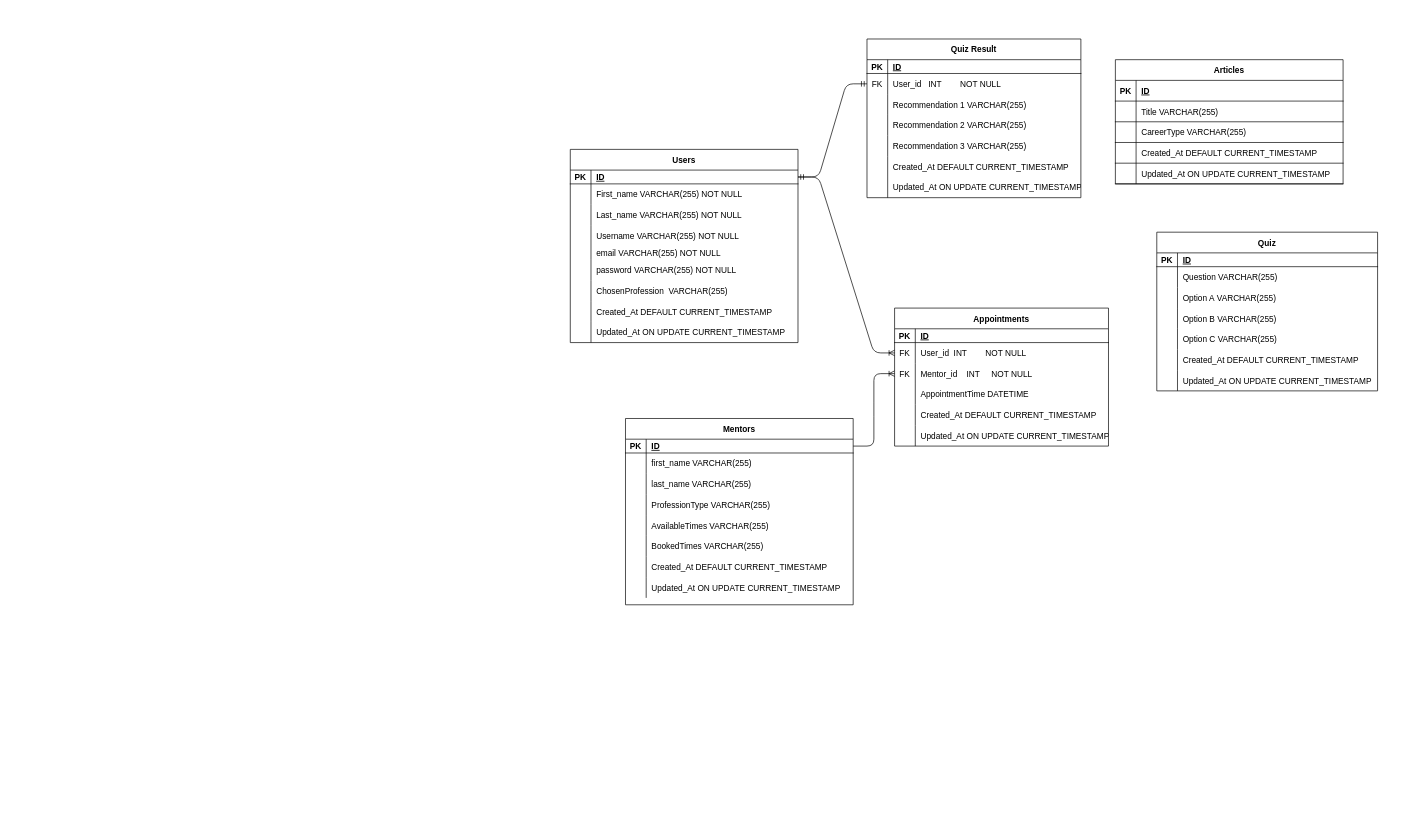
The draw.io diagram DevResources/ERD.drawio in zacharypantalone/projectjjz, before the edit. Source tidied: cells renumbered, new cells numbered last; positions are measured from the earlier drawing's top-left corner, leaving out a move shared by most shapes. Both pictures are drawn from the tidied source at 69%, with x=0, y=0 at pixel (570, 39).
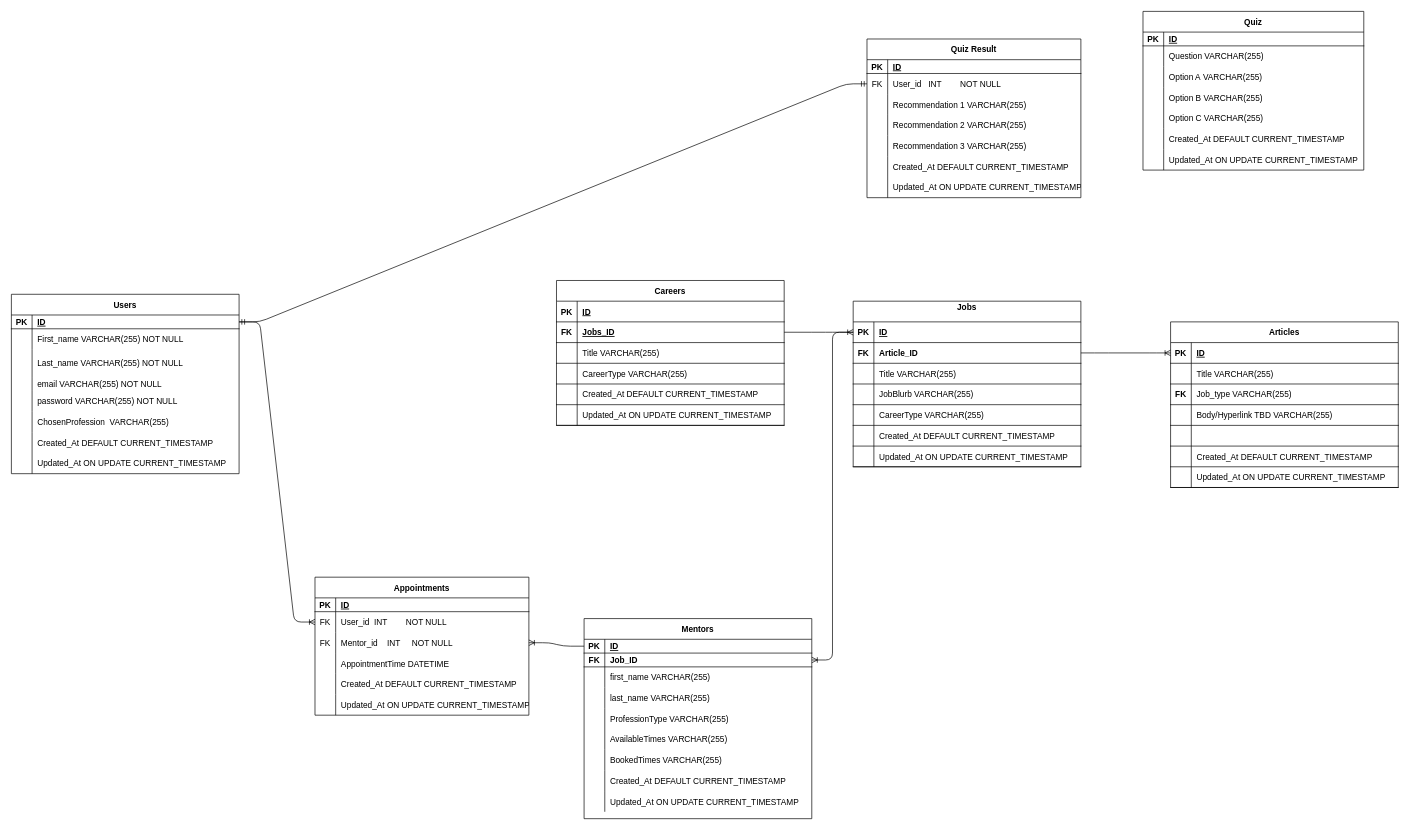
The same diagram, later.

Commit message:
Changes made to ERD

The change refers to these unchanged cells:
```xml
<mxCell id="3" style="shape=partialRectangle;fillColor=none;top=0;left=0;bottom=1;right=0;points=[[0,0.5],[1,0.5]];portConstraint=eastwest;" parent="2" vertex="1">
  <mxGeometry y="30" width="330" height="30" as="geometry" />
</mxCell>
<mxCell id="47" style="shape=partialRectangle;fillColor=none;top=0;left=0;bottom=0;right=0;points=[[0,0.5],[1,0.5]];portConstraint=eastwest;" parent="40" vertex="1">
  <mxGeometry y="80" width="310" height="30" as="geometry" />
</mxCell>
```

Change to the diagram source:
```diff
@@
     <mxCell id="2" value="Articles" style="shape=table;startSize=30;childLayout=tableLayout;rowLines=0;fontStyle=1;align=center;" parent="1" vertex="1">
-      <mxGeometry x="790" y="30" width="330" height="180" as="geometry" />
+      <mxGeometry x="870" y="410" width="330" height="240" as="geometry" />
     </mxCell>
@@
+    <mxCell id="137" style="shape=partialRectangle;fillColor=none;top=0;left=0;bottom=1;right=0;" parent="2" vertex="1">
+      <mxGeometry y="90" width="330" height="30" as="geometry" />
+    </mxCell>
+    <mxCell id="138" value="FK" style="shape=partialRectangle;fillColor=none;top=0;left=0;bottom=0;right=0;fontStyle=1;overflow=hidden;" parent="137" vertex="1">
+      <mxGeometry width="30" height="30" as="geometry" />
+    </mxCell>
+    <mxCell id="139" value="Job_type VARCHAR(255)" style="shape=partialRectangle;fillColor=none;top=0;left=0;bottom=0;right=0;align=left;spacingLeft=6;fontStyle=0;overflow=hidden;" parent="137" vertex="1">
+      <mxGeometry x="30" width="300" height="30" as="geometry" />
+    </mxCell>
+    <mxCell id="140" style="shape=partialRectangle;fillColor=none;top=0;left=0;bottom=1;right=0;" parent="2" vertex="1">
+      <mxGeometry y="120" width="330" height="30" as="geometry" />
+    </mxCell>
+    <mxCell id="141" style="shape=partialRectangle;fillColor=none;top=0;left=0;bottom=0;right=0;fontStyle=1;overflow=hidden;" parent="140" vertex="1">
+      <mxGeometry width="30" height="30" as="geometry" />
+    </mxCell>
+    <mxCell id="142" value="Body/Hyperlink TBD VARCHAR(255)" style="shape=partialRectangle;fillColor=none;top=0;left=0;bottom=0;right=0;align=left;spacingLeft=6;fontStyle=0;overflow=hidden;" parent="140" vertex="1">
+      <mxGeometry x="30" width="300" height="30" as="geometry" />
+    </mxCell>
     <mxCell id="9" style="shape=partialRectangle;fillColor=none;top=0;left=0;bottom=1;right=0;" parent="2" vertex="1">
-      <mxGeometry y="90" width="330" height="30" as="geometry" />
+      <mxGeometry y="150" width="330" height="30" as="geometry" />
     </mxCell>
@@
-    <mxCell id="11" value="CareerType VARCHAR(255)" style="shape=partialRectangle;fillColor=none;top=0;left=0;bottom=0;right=0;align=left;spacingLeft=6;fontStyle=0;overflow=hidden;" parent="9" vertex="1">
+    <mxCell id="11" style="shape=partialRectangle;fillColor=none;top=0;left=0;bottom=0;right=0;align=left;spacingLeft=6;fontStyle=0;overflow=hidden;" parent="9" vertex="1">
       <mxGeometry x="30" width="300" height="30" as="geometry" />
     </mxCell>
     <mxCell id="12" style="shape=partialRectangle;fillColor=none;top=0;left=0;bottom=1;right=0;" parent="2" vertex="1">
-      <mxGeometry y="120" width="330" height="30" as="geometry" />
+      <mxGeometry y="180" width="330" height="30" as="geometry" />
     </mxCell>
@@
     <mxCell id="15" style="shape=partialRectangle;fillColor=none;top=0;left=0;bottom=1;right=0;" parent="2" vertex="1">
-      <mxGeometry y="150" width="330" height="30" as="geometry" />
+      <mxGeometry y="210" width="330" height="30" as="geometry" />
     </mxCell>
@@
     <mxCell id="18" value="Quiz" style="shape=table;startSize=30;childLayout=tableLayout;rowLines=0;fontStyle=1;align=center;" parent="1" vertex="1">
-      <mxGeometry x="850" y="280" width="320" height="230" as="geometry" />
+      <mxGeometry x="830" y="-40" width="320" height="230" as="geometry" />
     </mxCell>
@@
     <mxCell id="40" value="Appointments" style="shape=table;startSize=30;childLayout=tableLayout;rowLines=0;fontStyle=1;align=center;" parent="1" vertex="1">
-      <mxGeometry x="470" y="390" width="310" height="200" as="geometry" />
+      <mxGeometry x="-370" y="780" width="310" height="200" as="geometry" />
     </mxCell>
@@
     <mxCell id="59" value="Mentors" style="shape=table;startSize=30;childLayout=tableLayout;rowLines=0;fontStyle=1;align=center;" parent="1" vertex="1">
-      <mxGeometry x="80" y="550" width="330" height="270" as="geometry" />
+      <mxGeometry x="20" y="840" width="330" height="290" as="geometry" />
     </mxCell>
+    <mxCell id="143" style="shape=partialRectangle;fillColor=none;top=0;left=0;bottom=1;right=0;points=[[0,0.5],[1,0.5]];portConstraint=eastwest;" parent="59" vertex="1">
+      <mxGeometry y="30" width="330" height="20" as="geometry" />
+    </mxCell>
+    <mxCell id="144" value="PK" style="shape=partialRectangle;fillColor=none;top=0;left=0;bottom=0;right=0;fontStyle=1;overflow=hidden;" parent="143" vertex="1">
+      <mxGeometry width="30" height="20" as="geometry" />
+    </mxCell>
+    <mxCell id="145" value="ID" style="shape=partialRectangle;fillColor=none;top=0;left=0;bottom=0;right=0;align=left;spacingLeft=6;fontStyle=5;overflow=hidden;" parent="143" vertex="1">
+      <mxGeometry x="30" width="300" height="20" as="geometry" />
+    </mxCell>
     <mxCell id="60" style="shape=partialRectangle;fillColor=none;top=0;left=0;bottom=1;right=0;points=[[0,0.5],[1,0.5]];portConstraint=eastwest;" parent="59" vertex="1">
-      <mxGeometry y="30" width="330" height="20" as="geometry" />
+      <mxGeometry y="50" width="330" height="20" as="geometry" />
     </mxCell>
-    <mxCell id="61" value="PK" style="shape=partialRectangle;fillColor=none;top=0;left=0;bottom=0;right=0;fontStyle=1;overflow=hidden;" parent="60" vertex="1">
+    <mxCell id="61" value="FK" style="shape=partialRectangle;fillColor=none;top=0;left=0;bottom=0;right=0;fontStyle=1;overflow=hidden;" parent="60" vertex="1">
       <mxGeometry width="30" height="20" as="geometry" />
     </mxCell>
-    <mxCell id="62" value="ID" style="shape=partialRectangle;fillColor=none;top=0;left=0;bottom=0;right=0;align=left;spacingLeft=6;fontStyle=5;overflow=hidden;" parent="60" vertex="1">
+    <mxCell id="62" value="Job_ID" style="shape=partialRectangle;fillColor=none;top=0;left=0;bottom=0;right=0;align=left;spacingLeft=6;fontStyle=1;overflow=hidden;" parent="60" vertex="1">
       <mxGeometry x="30" width="300" height="20" as="geometry" />
     </mxCell>
     <mxCell id="63" style="shape=partialRectangle;fillColor=none;top=0;left=0;bottom=0;right=0;" parent="59" vertex="1">
-      <mxGeometry y="50" width="330" height="30" as="geometry" />
+      <mxGeometry y="70" width="330" height="30" as="geometry" />
     </mxCell>
@@
     <mxCell id="66" style="shape=partialRectangle;fillColor=none;top=0;left=0;bottom=0;right=0;" parent="59" vertex="1">
-      <mxGeometry y="80" width="330" height="30" as="geometry" />
+      <mxGeometry y="100" width="330" height="30" as="geometry" />
     </mxCell>
@@
     <mxCell id="69" style="shape=partialRectangle;fillColor=none;top=0;left=0;bottom=0;right=0;" parent="59" vertex="1">
-      <mxGeometry y="110" width="330" height="30" as="geometry" />
+      <mxGeometry y="130" width="330" height="30" as="geometry" />
     </mxCell>
@@
     <mxCell id="72" style="shape=partialRectangle;fillColor=none;top=0;left=0;bottom=0;right=0;" parent="59" vertex="1">
-      <mxGeometry y="140" width="330" height="30" as="geometry" />
+      <mxGeometry y="160" width="330" height="30" as="geometry" />
     </mxCell>
@@
     <mxCell id="75" style="shape=partialRectangle;fillColor=none;top=0;left=0;bottom=0;right=0;" parent="59" vertex="1">
-      <mxGeometry y="170" width="330" height="30" as="geometry" />
+      <mxGeometry y="190" width="330" height="30" as="geometry" />
     </mxCell>
@@
     <mxCell id="78" style="shape=partialRectangle;fillColor=none;top=0;left=0;bottom=0;right=0;" parent="59" vertex="1">
-      <mxGeometry y="200" width="330" height="30" as="geometry" />
+      <mxGeometry y="220" width="330" height="30" as="geometry" />
     </mxCell>
@@
     <mxCell id="81" style="shape=partialRectangle;fillColor=none;top=0;left=0;bottom=0;right=0;" parent="59" vertex="1">
-      <mxGeometry y="230" width="330" height="30" as="geometry" />
+      <mxGeometry y="250" width="330" height="30" as="geometry" />
     </mxCell>
@@
     <mxCell id="84" value="Users" style="shape=table;startSize=30;childLayout=tableLayout;rowLines=0;fontStyle=1;align=center;" parent="1" vertex="1">
-      <mxGeometry y="160" width="330" height="280" as="geometry" />
+      <mxGeometry x="-810" y="370" width="330" height="260" as="geometry" />
     </mxCell>
@@
     <mxCell id="91" style="shape=partialRectangle;fillColor=none;top=0;left=0;bottom=0;right=0;" parent="84" vertex="1">
-      <mxGeometry y="80" width="330" height="30" as="geometry" />
+      <mxGeometry y="80" width="330" height="40" as="geometry" />
     </mxCell>
     <mxCell id="92" style="shape=partialRectangle;fillColor=none;top=0;left=0;bottom=0;right=0;overflow=hidden;" parent="91" vertex="1">
-      <mxGeometry width="30" height="30" as="geometry" />
+      <mxGeometry width="30" height="40" as="geometry" />
     </mxCell>
     <mxCell id="93" value="Last_name VARCHAR(255) NOT NULL" style="shape=partialRectangle;fillColor=none;top=0;left=0;bottom=0;right=0;align=left;spacingLeft=6;overflow=hidden;" parent="91" vertex="1">
-      <mxGeometry x="30" width="300" height="30" as="geometry" />
+      <mxGeometry x="30" width="300" height="40" as="geometry" />
     </mxCell>
-    <mxCell id="94" style="shape=partialRectangle;fillColor=none;top=0;left=0;bottom=0;right=0;" parent="84" vertex="1">
-      <mxGeometry y="110" width="330" height="30" as="geometry" />
-    </mxCell>
-    <mxCell id="95" style="shape=partialRectangle;fillColor=none;top=0;left=0;bottom=0;right=0;overflow=hidden;" parent="94" vertex="1">
-      <mxGeometry width="30" height="30" as="geometry" />
-    </mxCell>
-    <mxCell id="96" value="Username VARCHAR(255) NOT NULL" style="shape=partialRectangle;fillColor=none;top=0;left=0;bottom=0;right=0;align=left;spacingLeft=6;overflow=hidden;" parent="94" vertex="1">
-      <mxGeometry x="30" width="300" height="30" as="geometry" />
-    </mxCell>
     <mxCell id="97" style="shape=partialRectangle;fillColor=none;top=0;left=0;bottom=0;right=0;" parent="84" vertex="1">
-      <mxGeometry y="140" width="330" height="20" as="geometry" />
+      <mxGeometry y="120" width="330" height="20" as="geometry" />
     </mxCell>
@@
     <mxCell id="100" style="shape=partialRectangle;fillColor=none;top=0;left=0;bottom=0;right=0;" parent="84" vertex="1">
-      <mxGeometry y="160" width="330" height="30" as="geometry" />
+      <mxGeometry y="140" width="330" height="30" as="geometry" />
     </mxCell>
@@
     <mxCell id="103" style="shape=partialRectangle;fillColor=none;top=0;left=0;bottom=0;right=0;" parent="84" vertex="1">
-      <mxGeometry y="190" width="330" height="30" as="geometry" />
+      <mxGeometry y="170" width="330" height="30" as="geometry" />
     </mxCell>
@@
     <mxCell id="106" style="shape=partialRectangle;fillColor=none;top=0;left=0;bottom=0;right=0;" parent="84" vertex="1">
-      <mxGeometry y="220" width="330" height="30" as="geometry" />
+      <mxGeometry y="200" width="330" height="30" as="geometry" />
     </mxCell>
@@
     <mxCell id="109" style="shape=partialRectangle;fillColor=none;top=0;left=0;bottom=0;right=0;" parent="84" vertex="1">
-      <mxGeometry y="250" width="330" height="30" as="geometry" />
+      <mxGeometry y="230" width="330" height="30" as="geometry" />
     </mxCell>
@@
-    <mxCell id="134" style="edgeStyle=entityRelationEdgeStyle;fontSize=12;html=1;endArrow=ERoneToMany;entryX=0;entryY=0.5;entryDx=0;entryDy=0;exitX=1;exitY=0.5;exitDx=0;exitDy=0;" parent="1" edge="1" source="60" target="47">
+    <mxCell id="134" style="edgeStyle=entityRelationEdgeStyle;fontSize=12;html=1;endArrow=ERoneToMany;entryX=1;entryY=0.5;entryDx=0;entryDy=0;exitX=0;exitY=0.5;exitDx=0;exitDy=0;" parent="1" edge="1" source="143" target="47">
       <mxGeometry relative="1" as="geometry" />
     </mxCell>
@@
+    <mxCell id="146" value="Careers" style="shape=table;startSize=30;childLayout=tableLayout;rowLines=0;fontStyle=1;align=center;" parent="1" vertex="1">
+      <mxGeometry x="-20" y="350" width="330" height="210" as="geometry" />
+    </mxCell>
+    <mxCell id="147" style="shape=partialRectangle;fillColor=none;top=0;left=0;bottom=1;right=0;" parent="146" vertex="1">
+      <mxGeometry y="30" width="330" height="30" as="geometry" />
+    </mxCell>
+    <mxCell id="148" value="PK" style="shape=partialRectangle;fillColor=none;top=0;left=0;bottom=0;right=0;fontStyle=1;overflow=hidden;" parent="147" vertex="1">
+      <mxGeometry width="30" height="30" as="geometry" />
+    </mxCell>
+    <mxCell id="149" value="ID" style="shape=partialRectangle;fillColor=none;top=0;left=0;bottom=0;right=0;align=left;spacingLeft=6;fontStyle=5;overflow=hidden;" parent="147" vertex="1">
+      <mxGeometry x="30" width="300" height="30" as="geometry" />
+    </mxCell>
+    <mxCell id="150" style="shape=partialRectangle;fillColor=none;top=0;left=0;bottom=1;right=0;points=[[0,0.5],[1,0.5]];portConstraint=eastwest;" parent="146" vertex="1">
+      <mxGeometry y="60" width="330" height="30" as="geometry" />
+    </mxCell>
+    <mxCell id="151" value="FK" style="shape=partialRectangle;fillColor=none;top=0;left=0;bottom=0;right=0;fontStyle=1;overflow=hidden;" parent="150" vertex="1">
+      <mxGeometry width="30" height="30" as="geometry" />
+    </mxCell>
+    <mxCell id="152" value="Jobs_ID" style="shape=partialRectangle;fillColor=none;top=0;left=0;bottom=0;right=0;align=left;spacingLeft=6;fontStyle=5;overflow=hidden;" parent="150" vertex="1">
+      <mxGeometry x="30" width="300" height="30" as="geometry" />
+    </mxCell>
+    <mxCell id="153" style="shape=partialRectangle;fillColor=none;top=0;left=0;bottom=1;right=0;" parent="146" vertex="1">
+      <mxGeometry y="90" width="330" height="30" as="geometry" />
+    </mxCell>
+    <mxCell id="154" style="shape=partialRectangle;fillColor=none;top=0;left=0;bottom=0;right=0;fontStyle=1;overflow=hidden;" parent="153" vertex="1">
+      <mxGeometry width="30" height="30" as="geometry" />
+    </mxCell>
+    <mxCell id="155" value="Title VARCHAR(255)" style="shape=partialRectangle;fillColor=none;top=0;left=0;bottom=0;right=0;align=left;spacingLeft=6;fontStyle=0;overflow=hidden;" parent="153" vertex="1">
+      <mxGeometry x="30" width="300" height="30" as="geometry" />
+    </mxCell>
+    <mxCell id="156" style="shape=partialRectangle;fillColor=none;top=0;left=0;bottom=1;right=0;" parent="146" vertex="1">
+      <mxGeometry y="120" width="330" height="30" as="geometry" />
+    </mxCell>
+    <mxCell id="157" style="shape=partialRectangle;fillColor=none;top=0;left=0;bottom=0;right=0;fontStyle=1;overflow=hidden;" parent="156" vertex="1">
+      <mxGeometry width="30" height="30" as="geometry" />
+    </mxCell>
+    <mxCell id="158" value="CareerType VARCHAR(255)" style="shape=partialRectangle;fillColor=none;top=0;left=0;bottom=0;right=0;align=left;spacingLeft=6;fontStyle=0;overflow=hidden;" parent="156" vertex="1">
+      <mxGeometry x="30" width="300" height="30" as="geometry" />
+    </mxCell>
+    <mxCell id="159" style="shape=partialRectangle;fillColor=none;top=0;left=0;bottom=1;right=0;" parent="146" vertex="1">
+      <mxGeometry y="150" width="330" height="30" as="geometry" />
+    </mxCell>
+    <mxCell id="160" style="shape=partialRectangle;fillColor=none;top=0;left=0;bottom=0;right=0;fontStyle=1;overflow=hidden;" parent="159" vertex="1">
+      <mxGeometry width="30" height="30" as="geometry" />
+    </mxCell>
+    <mxCell id="161" value="Created_At DEFAULT CURRENT_TIMESTAMP" style="shape=partialRectangle;fillColor=none;top=0;left=0;bottom=0;right=0;align=left;spacingLeft=6;fontStyle=0;overflow=hidden;" parent="159" vertex="1">
+      <mxGeometry x="30" width="300" height="30" as="geometry" />
+    </mxCell>
+    <mxCell id="162" style="shape=partialRectangle;fillColor=none;top=0;left=0;bottom=1;right=0;" parent="146" vertex="1">
+      <mxGeometry y="180" width="330" height="30" as="geometry" />
+    </mxCell>
+    <mxCell id="163" style="shape=partialRectangle;fillColor=none;top=0;left=0;bottom=0;right=0;fontStyle=1;overflow=hidden;" parent="162" vertex="1">
+      <mxGeometry width="30" height="30" as="geometry" />
+    </mxCell>
+    <mxCell id="164" value="Updated_At ON UPDATE CURRENT_TIMESTAMP" style="shape=partialRectangle;fillColor=none;top=0;left=0;bottom=0;right=0;align=left;spacingLeft=6;fontStyle=0;overflow=hidden;" parent="162" vertex="1">
+      <mxGeometry x="30" width="300" height="30" as="geometry" />
+    </mxCell>
+    <mxCell id="165" value="Jobs&#10;" style="shape=table;startSize=30;childLayout=tableLayout;rowLines=0;fontStyle=1;align=center;" parent="1" vertex="1">
+      <mxGeometry x="410" y="380" width="330" height="240" as="geometry" />
+    </mxCell>
+    <mxCell id="166" style="shape=partialRectangle;fillColor=none;top=0;left=0;bottom=1;right=0;points=[[0,0.5],[1,0.5]];portConstraint=eastwest;" parent="165" vertex="1">
+      <mxGeometry y="30" width="330" height="30" as="geometry" />
+    </mxCell>
+    <mxCell id="167" value="PK" style="shape=partialRectangle;fillColor=none;top=0;left=0;bottom=0;right=0;fontStyle=1;overflow=hidden;" parent="166" vertex="1">
+      <mxGeometry width="30" height="30" as="geometry" />
+    </mxCell>
+    <mxCell id="168" value="ID" style="shape=partialRectangle;fillColor=none;top=0;left=0;bottom=0;right=0;align=left;spacingLeft=6;fontStyle=5;overflow=hidden;" parent="166" vertex="1">
+      <mxGeometry x="30" width="300" height="30" as="geometry" />
+    </mxCell>
+    <mxCell id="169" style="shape=partialRectangle;fillColor=none;top=0;left=0;bottom=1;right=0;points=[[0,0.5],[1,0.5]];portConstraint=eastwest;" parent="165" vertex="1">
+      <mxGeometry y="60" width="330" height="30" as="geometry" />
+    </mxCell>
+    <mxCell id="170" value="FK" style="shape=partialRectangle;fillColor=none;top=0;left=0;bottom=0;right=0;fontStyle=1;overflow=hidden;" parent="169" vertex="1">
+      <mxGeometry width="30" height="30" as="geometry" />
+    </mxCell>
+    <mxCell id="171" value="Article_ID" style="shape=partialRectangle;fillColor=none;top=0;left=0;bottom=0;right=0;align=left;spacingLeft=6;fontStyle=1;overflow=hidden;" parent="169" vertex="1">
+      <mxGeometry x="30" width="300" height="30" as="geometry" />
+    </mxCell>
+    <mxCell id="172" style="shape=partialRectangle;fillColor=none;top=0;left=0;bottom=1;right=0;" parent="165" vertex="1">
+      <mxGeometry y="90" width="330" height="30" as="geometry" />
+    </mxCell>
+    <mxCell id="173" style="shape=partialRectangle;fillColor=none;top=0;left=0;bottom=0;right=0;fontStyle=1;overflow=hidden;" parent="172" vertex="1">
+      <mxGeometry width="30" height="30" as="geometry" />
+    </mxCell>
+    <mxCell id="174" value="Title VARCHAR(255)" style="shape=partialRectangle;fillColor=none;top=0;left=0;bottom=0;right=0;align=left;spacingLeft=6;fontStyle=0;overflow=hidden;" parent="172" vertex="1">
+      <mxGeometry x="30" width="300" height="30" as="geometry" />
+    </mxCell>
+    <mxCell id="175" style="shape=partialRectangle;fillColor=none;top=0;left=0;bottom=1;right=0;" parent="165" vertex="1">
+      <mxGeometry y="120" width="330" height="30" as="geometry" />
+    </mxCell>
+    <mxCell id="176" style="shape=partialRectangle;fillColor=none;top=0;left=0;bottom=0;right=0;fontStyle=1;overflow=hidden;" parent="175" vertex="1">
+      <mxGeometry width="30" height="30" as="geometry" />
+    </mxCell>
+    <mxCell id="177" value="JobBlurb VARCHAR(255)" style="shape=partialRectangle;fillColor=none;top=0;left=0;bottom=0;right=0;align=left;spacingLeft=6;fontStyle=0;overflow=hidden;" parent="175" vertex="1">
+      <mxGeometry x="30" width="300" height="30" as="geometry" />
+    </mxCell>
+    <mxCell id="178" style="shape=partialRectangle;fillColor=none;top=0;left=0;bottom=1;right=0;" parent="165" vertex="1">
+      <mxGeometry y="150" width="330" height="30" as="geometry" />
+    </mxCell>
+    <mxCell id="179" style="shape=partialRectangle;fillColor=none;top=0;left=0;bottom=0;right=0;fontStyle=1;overflow=hidden;" parent="178" vertex="1">
+      <mxGeometry width="30" height="30" as="geometry" />
+    </mxCell>
+    <mxCell id="180" value="CareerType VARCHAR(255)" style="shape=partialRectangle;fillColor=none;top=0;left=0;bottom=0;right=0;align=left;spacingLeft=6;fontStyle=0;overflow=hidden;" parent="178" vertex="1">
+      <mxGeometry x="30" width="300" height="30" as="geometry" />
+    </mxCell>
+    <mxCell id="181" style="shape=partialRectangle;fillColor=none;top=0;left=0;bottom=1;right=0;" parent="165" vertex="1">
+      <mxGeometry y="180" width="330" height="30" as="geometry" />
+    </mxCell>
+    <mxCell id="182" style="shape=partialRectangle;fillColor=none;top=0;left=0;bottom=0;right=0;fontStyle=1;overflow=hidden;" parent="181" vertex="1">
+      <mxGeometry width="30" height="30" as="geometry" />
+    </mxCell>
+    <mxCell id="183" value="Created_At DEFAULT CURRENT_TIMESTAMP" style="shape=partialRectangle;fillColor=none;top=0;left=0;bottom=0;right=0;align=left;spacingLeft=6;fontStyle=0;overflow=hidden;" parent="181" vertex="1">
+      <mxGeometry x="30" width="300" height="30" as="geometry" />
+    </mxCell>
+    <mxCell id="184" style="shape=partialRectangle;fillColor=none;top=0;left=0;bottom=1;right=0;" parent="165" vertex="1">
+      <mxGeometry y="210" width="330" height="30" as="geometry" />
+    </mxCell>
+    <mxCell id="185" style="shape=partialRectangle;fillColor=none;top=0;left=0;bottom=0;right=0;fontStyle=1;overflow=hidden;" parent="184" vertex="1">
+      <mxGeometry width="30" height="30" as="geometry" />
+    </mxCell>
+    <mxCell id="186" value="Updated_At ON UPDATE CURRENT_TIMESTAMP" style="shape=partialRectangle;fillColor=none;top=0;left=0;bottom=0;right=0;align=left;spacingLeft=6;fontStyle=0;overflow=hidden;" parent="184" vertex="1">
+      <mxGeometry x="30" width="300" height="30" as="geometry" />
+    </mxCell>
+    <mxCell id="187" style="edgeStyle=entityRelationEdgeStyle;fontSize=12;html=1;endArrow=ERoneToMany;exitX=1;exitY=0.5;exitDx=0;exitDy=0;entryX=0;entryY=0.5;entryDx=0;entryDy=0;" parent="1" edge="1" source="150" target="166">
+      <mxGeometry relative="1" as="geometry" />
+    </mxCell>
+    <mxCell id="188" style="edgeStyle=entityRelationEdgeStyle;fontSize=12;html=1;endArrow=ERoneToMany;exitX=1;exitY=0.5;exitDx=0;exitDy=0;entryX=0;entryY=0.5;entryDx=0;entryDy=0;" parent="1" edge="1" source="169" target="3">
+      <mxGeometry relative="1" as="geometry" />
+    </mxCell>
+    <mxCell id="189" style="edgeStyle=entityRelationEdgeStyle;fontSize=12;html=1;endArrow=ERoneToMany;entryX=1;entryY=0.5;entryDx=0;entryDy=0;exitX=0;exitY=0.5;exitDx=0;exitDy=0;" parent="1" edge="1" source="166" target="60">
+      <mxGeometry relative="1" as="geometry" />
+    </mxCell>
```
